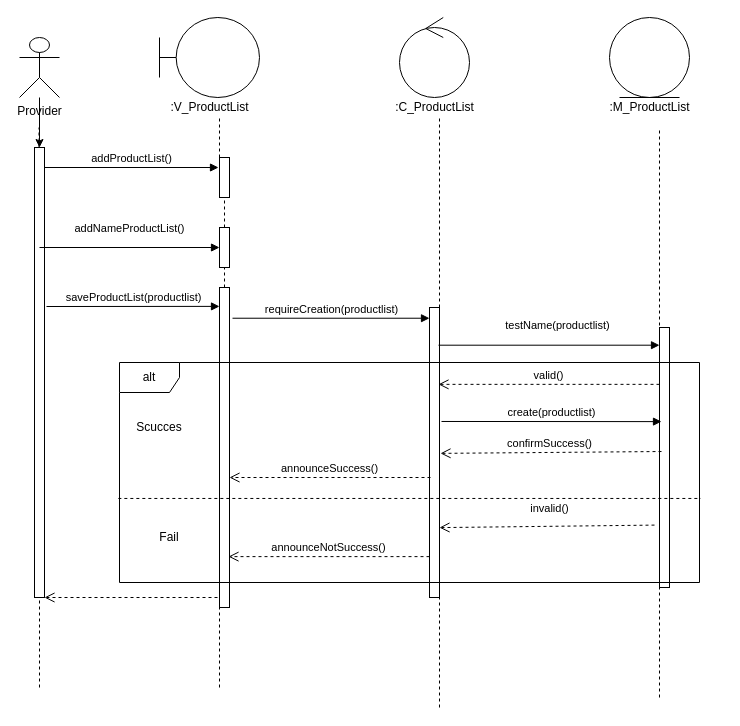
Above: Sequence/ThemDanhMucSanPham.drawio in hoangminh15/PTTKHT (draw.io), before the change. Source tidied: cells renumbered, new cells numbered last; positions are measured from the earlier drawing's top-left corner, leaving out a move shared by most shapes. Both pictures are drawn from the tidied source at 100%, with x=0, y=0 at pixel (19, 17).
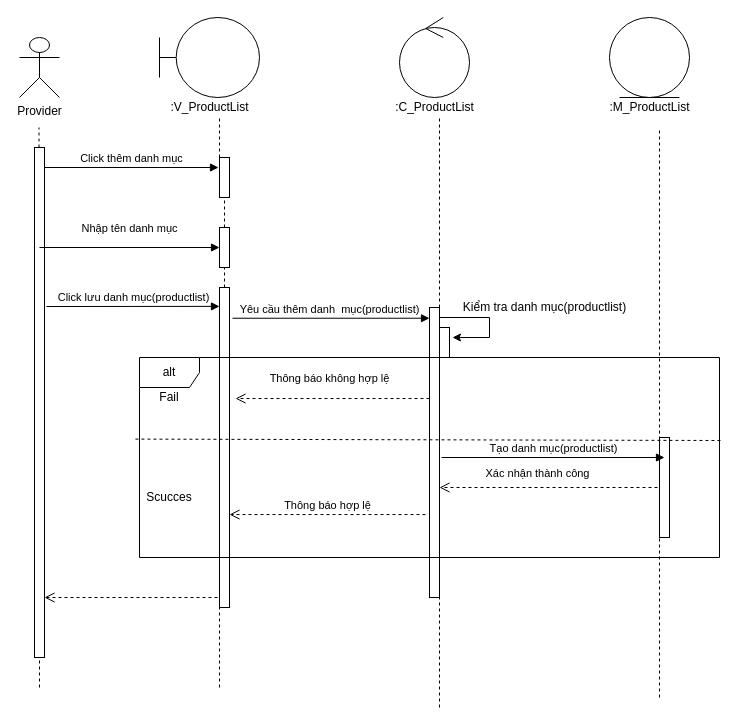
After the change.

The change refers to these unchanged cells:
```xml
<mxCell id="3" value="&lt;div&gt;Provider&lt;/div&gt;&lt;div&gt;&lt;br&gt;&lt;/div&gt;" style="shape=umlActor;verticalLabelPosition=bottom;verticalAlign=top;html=1;" parent="1" vertex="1">
  <mxGeometry y="20" width="40" height="60" as="geometry" />
</mxCell>
<mxCell id="19" style="html=1;points=[];perimeter=orthogonalPerimeter;" parent="1" vertex="1">
  <mxGeometry x="200" y="210" width="10" height="40" as="geometry" />
</mxCell>
<mxCell id="22" style="html=1;points=[];perimeter=orthogonalPerimeter;" parent="1" vertex="1">
  <mxGeometry x="200" y="270" width="10" height="320" as="geometry" />
</mxCell>
<mxCell id="25" style="html=1;points=[];perimeter=orthogonalPerimeter;" parent="1" vertex="1">
  <mxGeometry x="410" y="290" width="10" height="290" as="geometry" />
</mxCell>
```

Change to the diagram source:
```diff
@@
-    <mxCell id="2" style="edgeStyle=orthogonalEdgeStyle;rounded=0;jettySize=auto;html=1;" parent="1" edge="1" source="3" target="14">
-      <mxGeometry relative="1" as="geometry" />
-    </mxCell>
@@
     <mxCell id="14" style="html=1;points=[];perimeter=orthogonalPerimeter;" parent="1" vertex="1">
-      <mxGeometry x="15" y="130" width="10" height="450" as="geometry" />
+      <mxGeometry x="15" y="130" width="10" height="510" as="geometry" />
     </mxCell>
@@
-    <mxCell id="18" value="addProductList()" style="html=1;verticalAlign=bottom;endArrow=block;" parent="1" edge="1" source="14">
+    <mxCell id="18" value="Click thêm danh mục" style="html=1;verticalAlign=bottom;endArrow=block;" parent="1" edge="1" source="14">
       <mxGeometry relative="1" as="geometry">
         <mxPoint x="199" y="150" as="targetPoint" />
       </mxGeometry>
     </mxCell>
@@
-    <mxCell id="21" value="addNameProductList()" style="html=1;verticalAlign=bottom;endArrow=block;" parent="1" edge="1" target="19">
+    <mxCell id="21" value="Nhập tên danh mục " style="html=1;verticalAlign=bottom;endArrow=block;" parent="1" edge="1" target="19">
       <mxGeometry y="10" relative="1" as="geometry">
         <mxPoint x="20" y="230" as="sourcePoint" />
       </mxGeometry>
     </mxCell>
@@
-    <mxCell id="24" value="saveProductList(productlist)" style="html=1;verticalAlign=bottom;endArrow=block;entryX=0;entryY=0.059;entryDx=0;entryDy=0;entryPerimeter=0;" parent="1" edge="1" target="22">
+    <mxCell id="24" value="Click lưu danh mục(productlist)" style="html=1;verticalAlign=bottom;endArrow=block;entryX=0;entryY=0.059;entryDx=0;entryDy=0;entryPerimeter=0;" parent="1" edge="1" target="22">
       <mxGeometry relative="1" as="geometry">
         <mxPoint x="27" y="289" as="sourcePoint" />
       </mxGeometry>
     </mxCell>
+    <mxCell id="41" style="edgeStyle=orthogonalEdgeStyle;rounded=0;jettySize=auto;html=1;entryX=1.3;entryY=0.333;entryDx=0;entryDy=0;entryPerimeter=0;" parent="1" edge="1" source="25" target="42">
+      <mxGeometry relative="1" as="geometry">
+        <Array as="points">
+          <mxPoint x="470" y="300" />
+          <mxPoint x="470" y="320" />
+        </Array>
+      </mxGeometry>
+    </mxCell>
@@
-    <mxCell id="27" value="requireCreation(productlist)" style="html=1;verticalAlign=bottom;endArrow=block;exitX=1.3;exitY=0.096;exitDx=0;exitDy=0;exitPerimeter=0;" parent="1" edge="1" source="22" target="25">
-      <mxGeometry relative="1" as="geometry" />
+    <mxCell id="27" value="Yêu cầu thêm danh&amp;nbsp; mục(productlist)" style="html=1;verticalAlign=bottom;endArrow=block;exitX=1.3;exitY=0.096;exitDx=0;exitDy=0;exitPerimeter=0;" parent="1" edge="1" source="22" target="25">
+      <mxGeometry x="-0.02" relative="1" as="geometry" />
     </mxCell>
     <mxCell id="28" style="html=1;points=[];perimeter=orthogonalPerimeter;" parent="1" vertex="1">
-      <mxGeometry x="640" y="310" width="10" height="260" as="geometry" />
+      <mxGeometry x="640" y="420" width="10" height="100" as="geometry" />
     </mxCell>
-    <mxCell id="29" value="testName(productlist)" style="html=1;verticalAlign=bottom;endArrow=block;exitX=0.9;exitY=0.13;exitDx=0;exitDy=0;exitPerimeter=0;" parent="1" edge="1" source="25" target="28">
-      <mxGeometry x="0.08" y="11" relative="1" as="geometry" />
-    </mxCell>
-    <mxCell id="30" value="valid()" style="html=1;verticalAlign=bottom;endArrow=open;dashed=1;endSize=8;entryX=0.9;entryY=0.265;entryDx=0;entryDy=0;entryPerimeter=0;" parent="1" edge="1" source="28" target="25">
-      <mxGeometry relative="1" as="geometry" />
-    </mxCell>
-    <mxCell id="31" value="announceSuccess()" style="html=1;verticalAlign=bottom;endArrow=open;dashed=1;endSize=8;" parent="1" edge="1" target="22">
-      <mxGeometry relative="1" as="geometry">
-        <mxPoint x="411" y="460" as="sourcePoint" />
-      </mxGeometry>
+    <mxCell id="31" value="Thông báo hợp lệ" style="html=1;verticalAlign=bottom;endArrow=open;dashed=1;endSize=8;exitX=-0.4;exitY=0.714;exitDx=0;exitDy=0;exitPerimeter=0;" parent="1" edge="1" source="25" target="22">
+      <mxGeometry relative="1" as="geometry" />
     </mxCell>
@@
-    <mxCell id="33" value="create(productlist)" style="html=1;verticalAlign=bottom;endArrow=block;entryX=0.2;entryY=0.362;entryDx=0;entryDy=0;entryPerimeter=0;exitX=1.2;exitY=0.393;exitDx=0;exitDy=0;exitPerimeter=0;" parent="1" edge="1" source="25" target="28">
-      <mxGeometry relative="1" as="geometry" />
+    <mxCell id="33" value="Tạo danh mục(productlist)" style="html=1;verticalAlign=bottom;endArrow=block;entryX=0.5;entryY=0.2;entryDx=0;entryDy=0;entryPerimeter=0;" parent="1" edge="1" target="28">
+      <mxGeometry relative="1" as="geometry">
+        <mxPoint x="422" y="440" as="sourcePoint" />
+      </mxGeometry>
     </mxCell>
-    <mxCell id="34" value="confirmSuccess()" style="html=1;verticalAlign=bottom;endArrow=open;dashed=1;endSize=8;exitX=0.2;exitY=0.477;exitDx=0;exitDy=0;exitPerimeter=0;entryX=1.1;entryY=0.503;entryDx=0;entryDy=0;entryPerimeter=0;" parent="1" edge="1" source="28" target="25">
-      <mxGeometry x="0.01" relative="1" as="geometry" />
+    <mxCell id="34" value="Xác nhận thành công" style="html=1;verticalAlign=bottom;endArrow=open;dashed=1;endSize=8;" parent="1" edge="1" target="25">
+      <mxGeometry x="0.1" y="-5" relative="1" as="geometry">
+        <mxPoint x="638" y="470" as="sourcePoint" />
+      </mxGeometry>
     </mxCell>
-    <mxCell id="35" value="invalid()" style="html=1;verticalAlign=bottom;endArrow=open;dashed=1;endSize=8;exitX=-0.5;exitY=0.76;exitDx=0;exitDy=0;exitPerimeter=0;entryX=1;entryY=0.759;entryDx=0;entryDy=0;entryPerimeter=0;" parent="1" edge="1" source="28" target="25">
-      <mxGeometry x="-0.02" y="-9" relative="1" as="geometry" />
-    </mxCell>
-    <mxCell id="36" value="announceNotSuccess()" style="html=1;verticalAlign=bottom;endArrow=open;dashed=1;endSize=8;entryX=0.9;entryY=0.841;entryDx=0;entryDy=0;entryPerimeter=0;" parent="1" edge="1" source="25" target="22">
-      <mxGeometry relative="1" as="geometry" />
-    </mxCell>
     <mxCell id="37" value="alt" style="shape=umlFrame;whiteSpace=wrap;html=1;" parent="1" vertex="1">
-      <mxGeometry x="100" y="345" width="580" height="220" as="geometry" />
+      <mxGeometry x="120" y="340" width="580" height="200" as="geometry" />
     </mxCell>
-    <mxCell id="38" style="endArrow=none;dashed=1;html=1;exitX=-0.002;exitY=0.618;exitDx=0;exitDy=0;exitPerimeter=0;entryX=1.002;entryY=0.618;entryDx=0;entryDy=0;entryPerimeter=0;" parent="1" edge="1" source="37" target="37">
+    <mxCell id="38" style="endArrow=none;dashed=1;html=1;exitX=-0.007;exitY=0.408;exitDx=0;exitDy=0;exitPerimeter=0;entryX=1.003;entryY=0.415;entryDx=0;entryDy=0;entryPerimeter=0;" parent="1" edge="1" source="37" target="37">
       <mxGeometry relative="1" as="geometry" />
     </mxCell>
     <mxCell id="39" value="Scucces" style="text;html=1;strokeColor=none;fillColor=none;align=center;verticalAlign=middle;whiteSpace=wrap;rounded=0;" parent="1" vertex="1">
-      <mxGeometry x="120" y="400" width="40" height="20" as="geometry" />
+      <mxGeometry x="130" y="470" width="40" height="20" as="geometry" />
     </mxCell>
     <mxCell id="40" value="Fail" style="text;html=1;strokeColor=none;fillColor=none;align=center;verticalAlign=middle;whiteSpace=wrap;rounded=0;" parent="1" vertex="1">
-      <mxGeometry x="130" y="510" width="40" height="20" as="geometry" />
+      <mxGeometry x="130" y="370" width="40" height="20" as="geometry" />
     </mxCell>
+    <mxCell id="42" style="html=1;points=[];perimeter=orthogonalPerimeter;" parent="1" vertex="1">
+      <mxGeometry x="420" y="310" width="10" height="30" as="geometry" />
+    </mxCell>
+    <mxCell id="43" value="Kiểm tra danh mục(productlist)" style="text;html=1;align=center;verticalAlign=middle;" parent="1" vertex="1">
+      <mxGeometry x="430" y="280" width="190" height="20" as="geometry" />
+    </mxCell>
+    <mxCell id="36" value="Thông báo không hợp lệ" style="html=1;verticalAlign=bottom;endArrow=open;dashed=1;endSize=8;entryX=1.6;entryY=0.347;entryDx=0;entryDy=0;entryPerimeter=0;" parent="1" edge="1" source="25" target="22">
+      <mxGeometry x="0.03" y="-11" relative="1" as="geometry" />
+    </mxCell>
```
